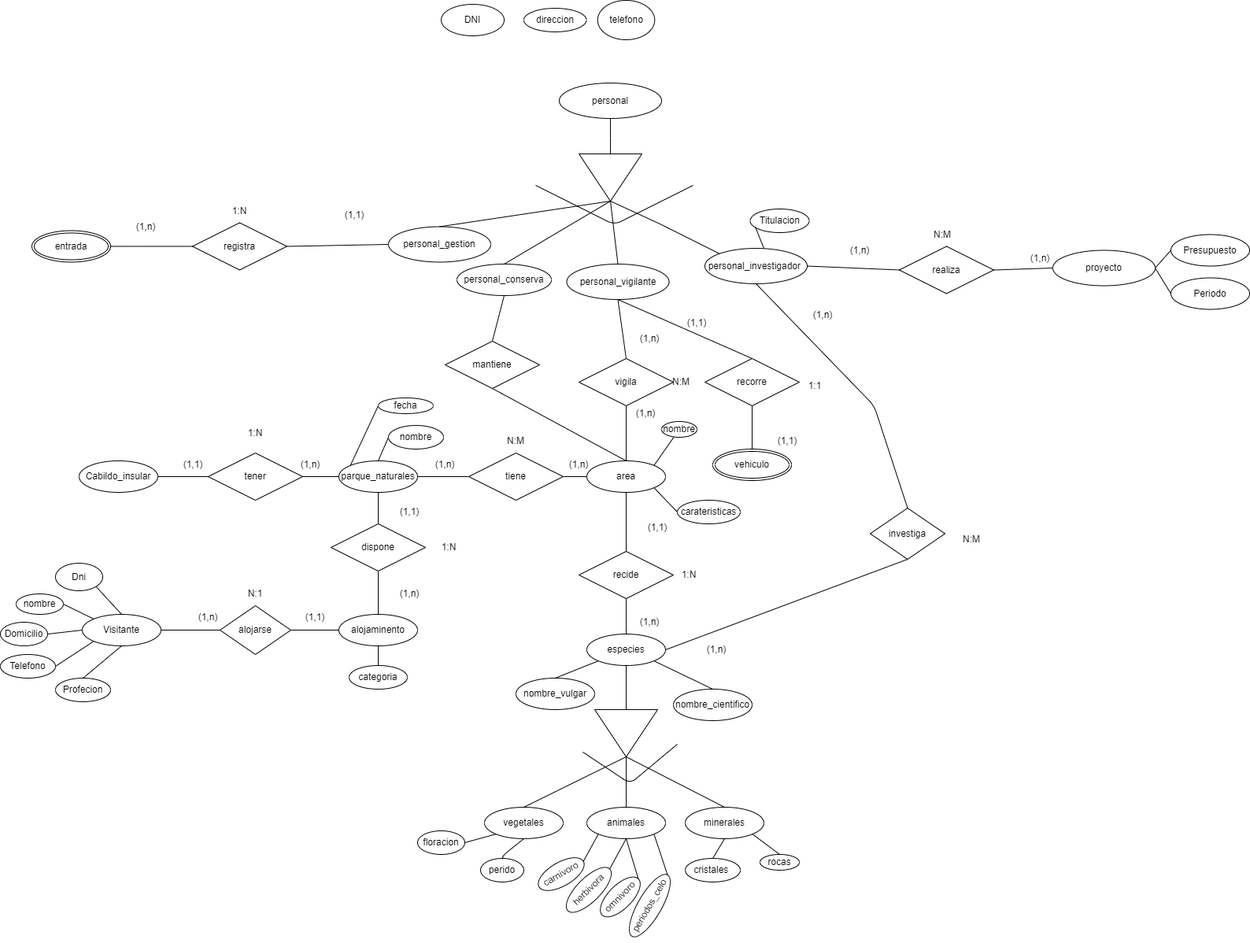
Joseman2000LR/Bae keeps this draw.io diagram as Tema2/Ejercicios/ActividadModeloERextendido/Ejercicio.drawio.png. Above is the earlier version. Source tidied: cells renumbered, new cells last; positions are measured from the earlier drawing's top-left corner, leaving out a move shared by most shapes.
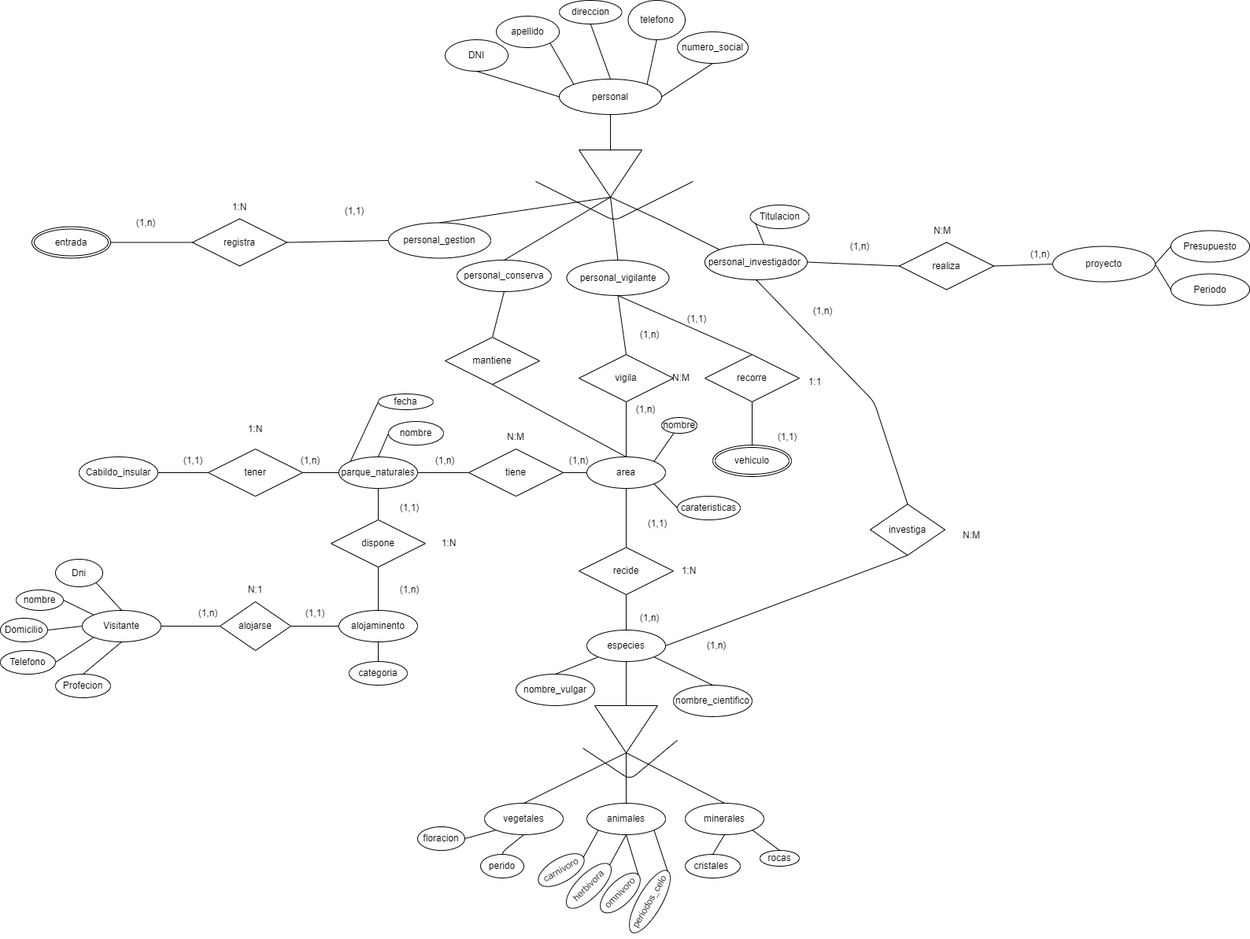
After the change.

The edit, as a diff of the source:
```diff
@@ -448,13 +448,34 @@
       </mxGeometry>
     </mxCell>
     <mxCell id="141" value="telefono" style="ellipse;whiteSpace=wrap;html=1;" parent="1" vertex="1">
-      <mxGeometry x="758.8" width="72.5" height="50" as="geometry" />
+      <mxGeometry x="797.5" y="5" width="72.5" height="50" as="geometry" />
     </mxCell>
     <mxCell id="142" value="DNI" style="ellipse;whiteSpace=wrap;html=1;" parent="1" vertex="1">
-      <mxGeometry x="560" y="5" width="80" height="40" as="geometry" />
+      <mxGeometry x="565" y="55" width="80" height="40" as="geometry" />
     </mxCell>
     <mxCell id="143" value="direccion" style="ellipse;whiteSpace=wrap;html=1;" parent="1" vertex="1">
-      <mxGeometry x="665" y="10" width="79.5" height="30" as="geometry" />
+      <mxGeometry x="710" y="5" width="79.5" height="30" as="geometry" />
     </mxCell>
+    <mxCell id="144" style="endArrow=none;html=1;entryX=0.5;entryY=1;entryDx=0;entryDy=0;exitX=1;exitY=0;exitDx=0;exitDy=0;" parent="1" edge="1" source="61" target="141">
+      <mxGeometry relative="1" as="geometry" />
+    </mxCell>
+    <mxCell id="145" style="endArrow=none;html=1;entryX=0.5;entryY=1;entryDx=0;entryDy=0;exitX=0.5;exitY=0;exitDx=0;exitDy=0;" parent="1" edge="1" source="61" target="143">
+      <mxGeometry relative="1" as="geometry" />
+    </mxCell>
+    <mxCell id="146" style="endArrow=none;html=1;entryX=0.5;entryY=1;entryDx=0;entryDy=0;exitX=0;exitY=0.5;exitDx=0;exitDy=0;" parent="1" edge="1" source="61" target="142">
+      <mxGeometry relative="1" as="geometry" />
+    </mxCell>
+    <mxCell id="147" value="numero_social" style="ellipse;whiteSpace=wrap;html=1;" parent="1" vertex="1">
+      <mxGeometry x="860" y="45" width="90" height="40" as="geometry" />
+    </mxCell>
+    <mxCell id="148" value="apellido" style="ellipse;whiteSpace=wrap;html=1;" parent="1" vertex="1">
+      <mxGeometry x="630" y="25" width="80" height="40" as="geometry" />
+    </mxCell>
+    <mxCell id="149" style="endArrow=none;html=1;entryX=1;entryY=1;entryDx=0;entryDy=0;exitX=0;exitY=0;exitDx=0;exitDy=0;" parent="1" edge="1" source="61" target="148">
+      <mxGeometry relative="1" as="geometry" />
+    </mxCell>
+    <mxCell id="150" style="endArrow=none;html=1;entryX=0.5;entryY=1;entryDx=0;entryDy=0;exitX=1;exitY=0.5;exitDx=0;exitDy=0;" parent="1" edge="1" source="61" target="147">
+      <mxGeometry relative="1" as="geometry" />
+    </mxCell>
   </root>
 </mxGraphModel>
```
